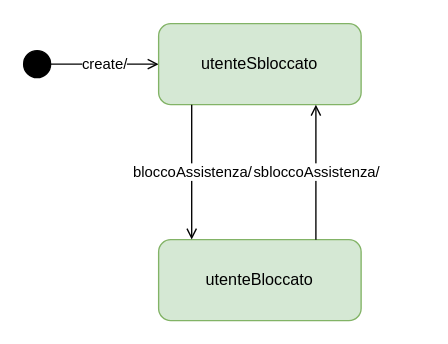
Iannicc/Pet-Party keeps this draw.io diagram as diagrammaDiStato/diagramma_stato_utente.drawio. Above is the earlier version. Source tidied: cells renumbered, new cells numbered last; positions are measured from the earlier drawing's top-left corner, leaving out a move shared by most shapes. Both pictures are drawn from the tidied source at 135%, with x=0, y=0 at pixel (23, 23).
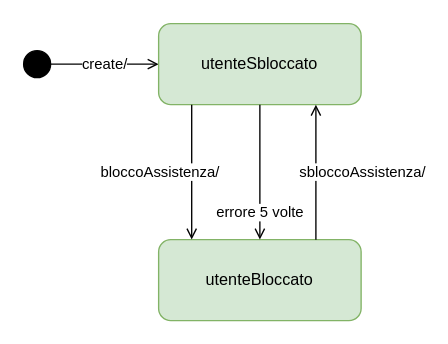
The same diagram, later.

Change to the diagram source:
```diff
@@
 <mxGraphModel>
   <root>
     <mxCell id="0" />
     <mxCell id="1" parent="0" />
     <mxCell id="2" style="ellipse;whiteSpace=wrap;html=1;fillColor=#000000;" parent="1" vertex="1">
       <mxGeometry y="20" width="20" height="20" as="geometry" />
     </mxCell>
     <mxCell id="3" value="create/" style="endArrow=open;html=1;rounded=0;exitX=1;exitY=0.5;exitDx=0;exitDy=0;entryX=0;entryY=0.5;entryDx=0;entryDy=0;endFill=0;" parent="1" edge="1" target="4">
       <mxGeometry relative="1" as="geometry">
         <mxPoint x="20" y="30" as="sourcePoint" />
       </mxGeometry>
     </mxCell>
     <mxCell id="4" value="utenteSbloccato" style="rounded=1;whiteSpace=wrap;html=1;fillColor=#d5e8d4;strokeColor=#82b366;" parent="1" vertex="1">
       <mxGeometry x="100" width="150" height="60" as="geometry" />
     </mxCell>
     <mxCell id="5" value="utenteBloccato" style="rounded=1;whiteSpace=wrap;html=1;fillColor=#d5e8d4;strokeColor=#82b366;" parent="1" vertex="1">
       <mxGeometry x="100" y="160" width="150" height="60" as="geometry" />
     </mxCell>
     <mxCell id="6" value="bloccoAssistenza/" style="endArrow=open;html=1;rounded=0;exitX=0.25;exitY=1;exitDx=0;exitDy=0;entryX=0.25;entryY=0;entryDx=0;entryDy=0;endFill=0;" parent="1" edge="1">
-      <mxGeometry relative="1" as="geometry">
+      <mxGeometry y="-24" relative="1" as="geometry">
         <mxPoint x="124.5" y="60" as="sourcePoint" />
         <mxPoint x="124.5" y="160" as="targetPoint" />
       </mxGeometry>
     </mxCell>
     <mxCell id="7" value="sbloccoAssistenza/" style="endArrow=open;html=1;rounded=0;exitX=0.75;exitY=0;exitDx=0;exitDy=0;entryX=0.75;entryY=1;entryDx=0;entryDy=0;endFill=0;" parent="1" edge="1">
-      <mxGeometry relative="1" as="geometry">
+      <mxGeometry y="-33" relative="1" as="geometry">
         <mxPoint x="216.5" y="160" as="sourcePoint" />
         <mxPoint x="216.5" y="60" as="targetPoint" />
+        <mxPoint x="1" as="offset" />
       </mxGeometry>
     </mxCell>
+    <mxCell id="8" value="errore 5 volte" style="endArrow=open;html=1;rounded=0;exitX=0.5;exitY=1;exitDx=0;exitDy=0;entryX=0.5;entryY=0;entryDx=0;entryDy=0;endFill=0;" parent="1" edge="1" source="4" target="5">
+      <mxGeometry x="0.6" relative="1" as="geometry">
+        <Array as="points">
+          <mxPoint x="175" y="140" />
+        </Array>
+      </mxGeometry>
+    </mxCell>
   </root>
 </mxGraphModel>
```
